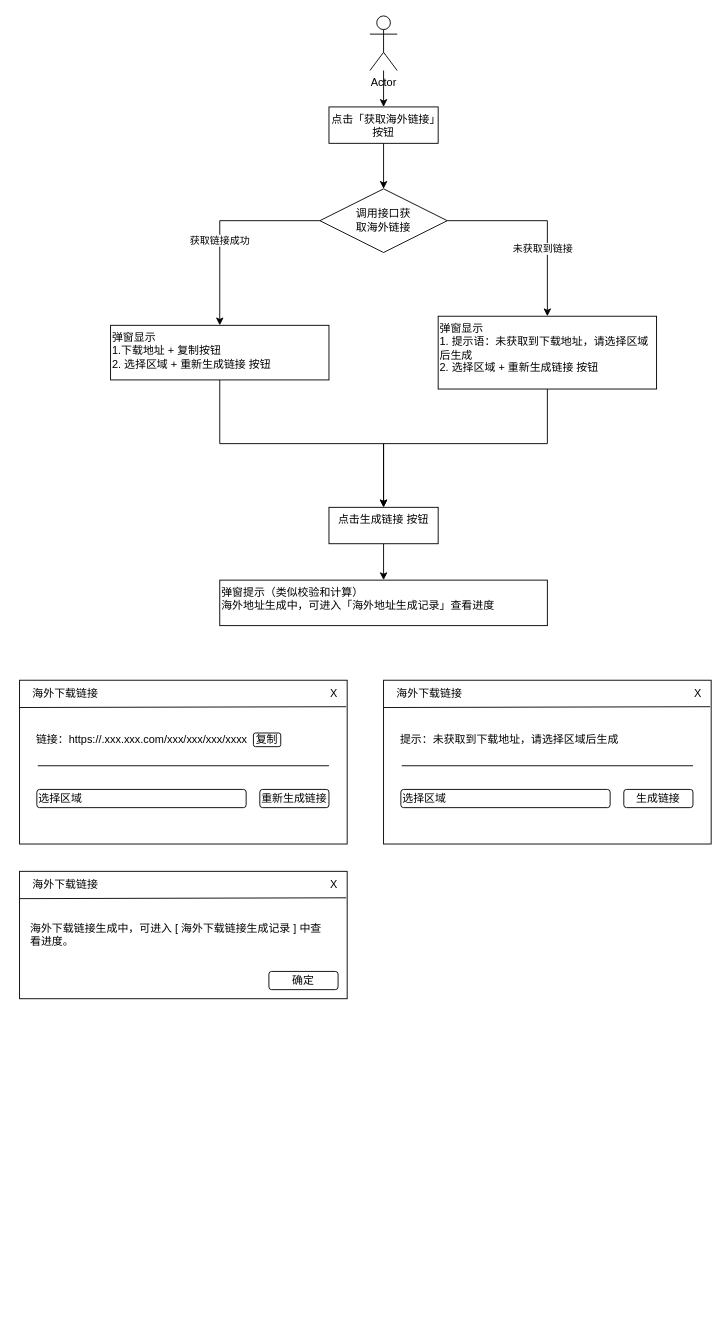
The draw.io diagram 未命名绘图.drawio in SikyChen/diagrams, before the edit. Source tidied: cells renumbered, new cells numbered last; positions are measured from the earlier drawing's top-left corner, leaving out a move shared by most shapes. Both pictures are drawn from the tidied source at 91%, with x=0, y=0 at pixel (19, 15).
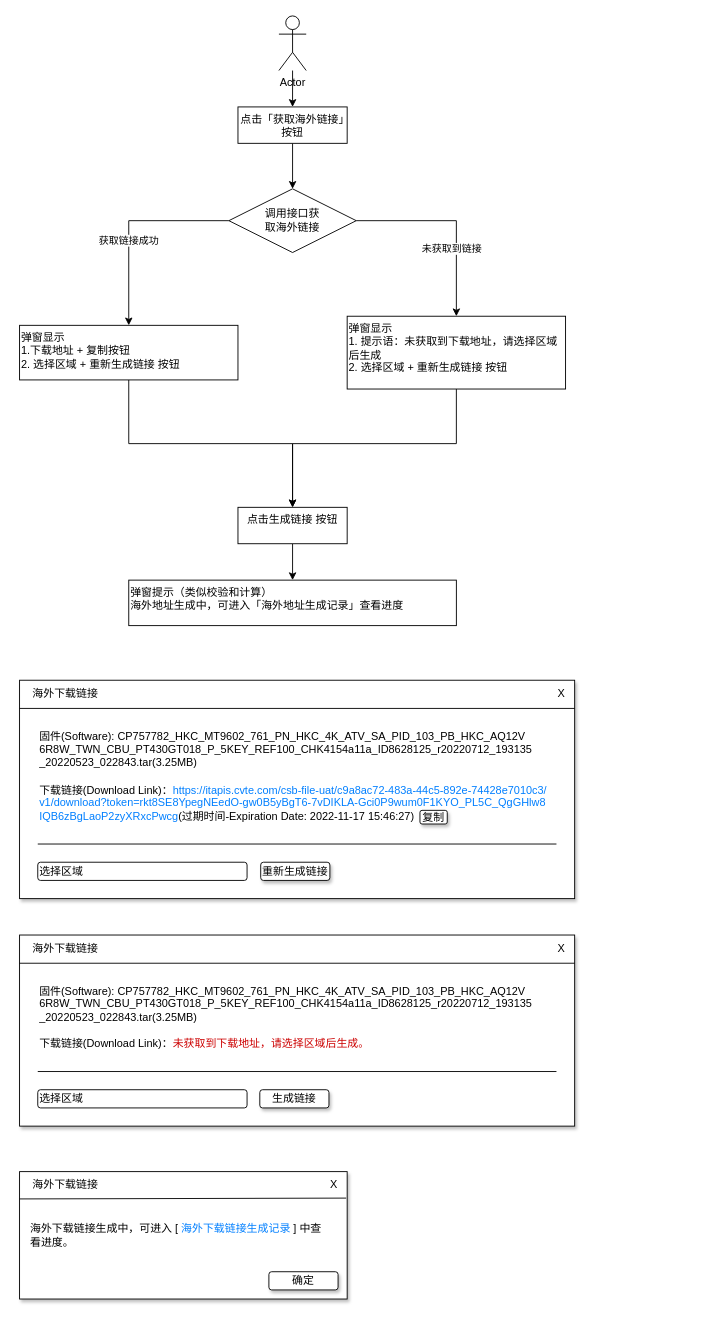
After the change.

Change to the diagram source:
```diff
@@
     <mxCell id="3" value="Actor" style="shape=umlActor;verticalLabelPosition=bottom;verticalAlign=top;html=1;outlineConnect=0;" parent="1" vertex="1">
-      <mxGeometry x="385" width="30" height="60" as="geometry" />
+      <mxGeometry x="285" width="30" height="60" as="geometry" />
     </mxCell>
@@
     <mxCell id="5" value="点击「获取海外链接」按钮" style="whiteSpace=wrap;html=1;verticalAlign=top;" parent="1" vertex="1">
-      <mxGeometry x="340" y="100" width="120" height="40" as="geometry" />
+      <mxGeometry x="240" y="100" width="120" height="40" as="geometry" />
     </mxCell>
@@
     <mxCell id="9" value="&lt;br&gt;调用接口获&lt;br&gt;取海外链接" style="rhombus;whiteSpace=wrap;html=1;verticalAlign=top;" parent="1" vertex="1">
-      <mxGeometry x="330" y="190" width="140" height="70" as="geometry" />
+      <mxGeometry x="230" y="190" width="140" height="70" as="geometry" />
     </mxCell>
     <mxCell id="10" style="edgeStyle=orthogonalEdgeStyle;rounded=0;jettySize=auto;html=1;exitX=0.5;exitY=1;exitDx=0;exitDy=0;entryX=0.5;entryY=0;entryDx=0;entryDy=0;" parent="1" edge="1" source="11" target="15">
       <mxGeometry relative="1" as="geometry">
         <Array as="points">
-          <mxPoint x="580" y="470" />
-          <mxPoint x="400" y="470" />
+          <mxPoint x="480" y="470" />
+          <mxPoint x="300" y="470" />
         </Array>
       </mxGeometry>
     </mxCell>
     <mxCell id="11" value="弹窗显示&lt;br&gt;1. 提示语：未获取到下载地址，请选择区域后生成&lt;br&gt;2. 选择区域 + 重新生成链接 按钮" style="whiteSpace=wrap;html=1;verticalAlign=top;align=left;" parent="1" vertex="1">
-      <mxGeometry x="460" y="330" width="240" height="80" as="geometry" />
+      <mxGeometry x="360" y="330" width="240" height="80" as="geometry" />
     </mxCell>
@@
     <mxCell id="13" value="弹窗显示 &lt;br&gt;1.下载地址 + 复制按钮&lt;br&gt;&lt;div style=&quot;&quot;&gt;&lt;span style=&quot;background-color: initial;&quot;&gt;2. 选择区域 + 重新生成链接 按钮&lt;/span&gt;&lt;/div&gt;" style="whiteSpace=wrap;html=1;verticalAlign=top;align=left;" parent="1" vertex="1">
-      <mxGeometry x="100" y="340" width="240" height="60" as="geometry" />
+      <mxGeometry y="340" width="240" height="60" as="geometry" />
     </mxCell>
@@
     <mxCell id="15" value="点击生成链接 按钮" style="whiteSpace=wrap;html=1;verticalAlign=top;" parent="1" vertex="1">
-      <mxGeometry x="340" y="540" width="120" height="40" as="geometry" />
+      <mxGeometry x="240" y="540" width="120" height="40" as="geometry" />
     </mxCell>
     <mxCell id="16" value="弹窗提示（类似校验和计算）&lt;br&gt;海外地址生成中，可进入「海外地址生成记录」查看进度" style="whiteSpace=wrap;html=1;verticalAlign=top;align=left;" parent="1" vertex="1">
-      <mxGeometry x="220" y="620" width="360" height="50" as="geometry" />
+      <mxGeometry x="120" y="620" width="360" height="50" as="geometry" />
     </mxCell>
-    <mxCell id="17" style="rounded=0;whiteSpace=wrap;html=1;" parent="1" vertex="1">
-      <mxGeometry y="730" width="360" height="180" as="geometry" />
+    <mxCell id="17" style="rounded=0;whiteSpace=wrap;html=1;shadow=1;" parent="1" vertex="1">
+      <mxGeometry y="730" width="610" height="240" as="geometry" />
     </mxCell>
@@
-    <mxCell id="19" style="endArrow=none;html=1;rounded=0;entryX=0.997;entryY=0.217;entryDx=0;entryDy=0;entryPerimeter=0;" parent="1" edge="1">
+    <mxCell id="19" style="endArrow=none;html=1;rounded=0;entryX=1;entryY=1.033;entryDx=0;entryDy=0;entryPerimeter=0;" parent="1" edge="1" target="23">
       <mxGeometry relative="1" as="geometry">
-        <mxPoint y="760" as="sourcePoint" />
-        <mxPoint x="358.9" y="759.1" as="targetPoint" />
+        <mxPoint y="761" as="sourcePoint" />
       </mxGeometry>
     </mxCell>
     <mxCell id="20" style="endArrow=none;html=1;rounded=0;" parent="1" edge="1">
       <mxGeometry relative="1" as="geometry">
-        <mxPoint x="20" y="824" as="sourcePoint" />
-        <mxPoint x="340" y="824" as="targetPoint" />
+        <mxPoint x="20" y="910" as="sourcePoint" />
+        <mxPoint x="590" y="910" as="targetPoint" />
       </mxGeometry>
     </mxCell>
-    <mxCell id="21" value="链接：https://.xxx.xxx.com/xxx/xxx/xxx/xxxx" style="text;html=1;align=center;verticalAlign=middle;strokeColor=none;fillColor=none;" parent="1" vertex="1">
-      <mxGeometry x="4" y="780" width="260" height="30" as="geometry" />
-    </mxCell>
-    <mxCell id="22" value="复制" style="rounded=1;whiteSpace=wrap;html=1;" parent="1" vertex="1">
-      <mxGeometry x="257" y="788" width="30" height="15" as="geometry" />
-    </mxCell>
     <mxCell id="23" value="X" style="text;html=1;align=center;verticalAlign=middle;points=[];strokeColor=none;fillColor=none;" parent="1" vertex="1">
-      <mxGeometry x="330" y="730" width="30" height="30" as="geometry" />
+      <mxGeometry x="580" y="730" width="30" height="30" as="geometry" />
     </mxCell>
     <mxCell id="24" value="选择区域" style="rounded=1;whiteSpace=wrap;html=1;align=left;" parent="1" vertex="1">
-      <mxGeometry x="19" y="850" width="230" height="20" as="geometry" />
+      <mxGeometry x="20" y="930" width="230" height="20" as="geometry" />
     </mxCell>
-    <mxCell id="25" value="重新生成链接" style="rounded=1;whiteSpace=wrap;html=1;" parent="1" vertex="1">
-      <mxGeometry x="264" y="850" width="76" height="20" as="geometry" />
+    <mxCell id="25" value="重新生成链接" style="rounded=1;whiteSpace=wrap;html=1;shadow=1;" parent="1" vertex="1">
+      <mxGeometry x="265" y="930" width="76" height="20" as="geometry" />
     </mxCell>
-    <mxCell id="26" style="rounded=0;whiteSpace=wrap;html=1;" parent="1" vertex="1">
-      <mxGeometry x="400" y="730" width="360" height="180" as="geometry" />
-    </mxCell>
-    <mxCell id="27" value="海外下载链接" style="text;html=1;align=center;verticalAlign=middle;strokeColor=none;fillColor=none;" parent="1" vertex="1">
-      <mxGeometry x="400" y="730" width="100" height="30" as="geometry" />
-    </mxCell>
-    <mxCell id="28" style="endArrow=none;html=1;rounded=0;entryX=0.997;entryY=0.217;entryDx=0;entryDy=0;entryPerimeter=0;" parent="1" edge="1">
-      <mxGeometry relative="1" as="geometry">
-        <mxPoint x="400" y="760" as="sourcePoint" />
-        <mxPoint x="758.9" y="759.1" as="targetPoint" />
-      </mxGeometry>
-    </mxCell>
-    <mxCell id="29" style="endArrow=none;html=1;rounded=0;" parent="1" edge="1">
-      <mxGeometry relative="1" as="geometry">
-        <mxPoint x="420" y="824" as="sourcePoint" />
-        <mxPoint x="740" y="824" as="targetPoint" />
-      </mxGeometry>
-    </mxCell>
-    <mxCell id="30" value="提示：未获取到下载地址，请选择区域后生成" style="text;html=1;align=center;verticalAlign=middle;strokeColor=none;fillColor=none;" parent="1" vertex="1">
-      <mxGeometry x="408" y="780" width="260" height="30" as="geometry" />
-    </mxCell>
-    <mxCell id="31" value="X" style="text;html=1;align=center;verticalAlign=middle;points=[];strokeColor=none;fillColor=none;" parent="1" vertex="1">
-      <mxGeometry x="730" y="730" width="30" height="30" as="geometry" />
-    </mxCell>
-    <mxCell id="32" value="选择区域" style="rounded=1;whiteSpace=wrap;html=1;align=left;" parent="1" vertex="1">
-      <mxGeometry x="419" y="850" width="230" height="20" as="geometry" />
-    </mxCell>
-    <mxCell id="33" value="生成链接" style="rounded=1;whiteSpace=wrap;html=1;" parent="1" vertex="1">
-      <mxGeometry x="664" y="850" width="76" height="20" as="geometry" />
-    </mxCell>
-    <mxCell id="34" style="rounded=0;whiteSpace=wrap;html=1;" parent="1" vertex="1">
-      <mxGeometry y="940" width="360" height="140" as="geometry" />
+    <mxCell id="34" style="rounded=0;whiteSpace=wrap;html=1;shadow=1;" parent="1" vertex="1">
+      <mxGeometry y="1270" width="360" height="140" as="geometry" />
     </mxCell>
     <mxCell id="35" value="海外下载链接" style="text;html=1;align=center;verticalAlign=middle;strokeColor=none;fillColor=none;" parent="1" vertex="1">
-      <mxGeometry y="940" width="100" height="30" as="geometry" />
+      <mxGeometry y="1270" width="100" height="30" as="geometry" />
     </mxCell>
     <mxCell id="36" style="endArrow=none;html=1;rounded=0;entryX=0.997;entryY=0.217;entryDx=0;entryDy=0;entryPerimeter=0;" parent="1" edge="1">
       <mxGeometry relative="1" as="geometry">
-        <mxPoint y="970" as="sourcePoint" />
-        <mxPoint x="358.9" y="969.1" as="targetPoint" />
+        <mxPoint y="1300" as="sourcePoint" />
+        <mxPoint x="358.9" y="1299.1" as="targetPoint" />
       </mxGeometry>
     </mxCell>
-    <mxCell id="37" value="海外下载链接生成中，可进入 [ 海外下载链接生成记录 ] 中查&lt;br&gt;看进度。" style="text;html=1;align=left;verticalAlign=middle;strokeColor=none;fillColor=none;" parent="1" vertex="1">
-      <mxGeometry x="10" y="990" width="340" height="40" as="geometry" />
+    <mxCell id="37" value="海外下载链接生成中，可进入 [ &lt;font color=&quot;#007fff&quot;&gt;海外下载链接生成记录 &lt;/font&gt;] 中查&lt;br&gt;看进度。" style="text;html=1;align=left;verticalAlign=middle;strokeColor=none;fillColor=none;" parent="1" vertex="1">
+      <mxGeometry x="10" y="1320" width="340" height="40" as="geometry" />
     </mxCell>
     <mxCell id="38" value="X" style="text;html=1;align=center;verticalAlign=middle;strokeColor=none;fillColor=none;" parent="1" vertex="1">
-      <mxGeometry x="330" y="940" width="30" height="30" as="geometry" />
+      <mxGeometry x="330" y="1270" width="30" height="30" as="geometry" />
     </mxCell>
-    <mxCell id="39" value="确定" style="rounded=1;whiteSpace=wrap;html=1;" parent="1" vertex="1">
-      <mxGeometry x="274" y="1050" width="76" height="20" as="geometry" />
+    <mxCell id="39" value="确定" style="rounded=1;whiteSpace=wrap;html=1;shadow=1;" parent="1" vertex="1">
+      <mxGeometry x="274" y="1380" width="76" height="20" as="geometry" />
     </mxCell>
+    <mxCell id="40" value="&lt;div style=&quot;text-align: left;&quot;&gt;&lt;br&gt;&lt;/div&gt;" style="text;html=1;align=center;verticalAlign=middle;strokeColor=none;fillColor=none;fontColor=#000000;labelBackgroundColor=none;" parent="1" vertex="1">
+      <mxGeometry x="170" y="800" width="20" height="30" as="geometry" />
+    </mxCell>
+    <mxCell id="41" value="固件(Software): CP757782_HKC_MT9602_761_PN_HKC_4K_ATV_SA_PID_103_PB_HKC_AQ12V&lt;br&gt;6R8W_TWN_CBU_PT430GT018_P_5KEY_REF100_CHK4154a11a_ID8628125_r20220712_193135&lt;br&gt;_20220523_022843.tar(3.25MB)" style="rounded=0;labelBackgroundColor=none;fontColor=#000000;align=left;whiteSpace=wrap;html=1;labelBorderColor=none;strokeColor=none;" parent="1" vertex="1">
+      <mxGeometry x="20" y="776" width="570" height="60" as="geometry" />
+    </mxCell>
+    <mxCell id="42" value="&lt;div&gt;下载链接(Download Link)：&lt;font color=&quot;#007fff&quot;&gt;&lt;span style=&quot;background-color: initial;&quot;&gt;https://itapis.cvte.com/csb-file-uat/c9a8ac72-483a-44c5-892e-7&lt;/span&gt;&lt;span style=&quot;background-color: initial;&quot;&gt;4428e7010c3/&lt;/span&gt;&lt;/font&gt;&lt;/div&gt;&lt;div&gt;&lt;font color=&quot;#007fff&quot;&gt;v1/download?token=rkt8SE8YpegNEedO-gw0B5yBgT6-7vDIKLA-Gci0P9wum0F1KYO_PL5C_QgGHlw8&lt;/font&gt;&lt;/div&gt;&lt;div&gt;&lt;font color=&quot;#007fff&quot;&gt;IQB6zBgLaoP2zyXRxcPwcg&lt;/font&gt;(过期时间-Expiration Date: 2022-11-17 15:46:27)&lt;/div&gt;" style="rounded=0;labelBackgroundColor=none;fontColor=#000000;align=left;whiteSpace=wrap;html=1;labelBorderColor=none;strokeColor=none;" parent="1" vertex="1">
+      <mxGeometry x="20" y="830" width="570" height="70" as="geometry" />
+    </mxCell>
+    <mxCell id="22" value="复制" style="rounded=1;whiteSpace=wrap;html=1;shadow=1;" parent="1" vertex="1">
+      <mxGeometry x="440" y="873" width="30" height="15" as="geometry" />
+    </mxCell>
+    <mxCell id="43" style="rounded=0;whiteSpace=wrap;html=1;shadow=1;" parent="1" vertex="1">
+      <mxGeometry y="1010" width="610" height="210" as="geometry" />
+    </mxCell>
+    <mxCell id="27" value="海外下载链接" style="text;html=1;align=center;verticalAlign=middle;strokeColor=none;fillColor=none;" parent="1" vertex="1">
+      <mxGeometry y="1010" width="100" height="30" as="geometry" />
+    </mxCell>
+    <mxCell id="44" style="endArrow=none;html=1;rounded=0;entryX=1;entryY=1.033;entryDx=0;entryDy=0;entryPerimeter=0;" parent="1" edge="1" target="31">
+      <mxGeometry relative="1" as="geometry">
+        <mxPoint y="1041" as="sourcePoint" />
+      </mxGeometry>
+    </mxCell>
+    <mxCell id="45" style="endArrow=none;html=1;rounded=0;" parent="1" edge="1">
+      <mxGeometry relative="1" as="geometry">
+        <mxPoint x="20" y="1160" as="sourcePoint" />
+        <mxPoint x="590" y="1160" as="targetPoint" />
+      </mxGeometry>
+    </mxCell>
+    <mxCell id="31" value="X" style="text;html=1;align=center;verticalAlign=middle;points=[];strokeColor=none;fillColor=none;" parent="1" vertex="1">
+      <mxGeometry x="580" y="1010" width="30" height="30" as="geometry" />
+    </mxCell>
+    <mxCell id="32" value="选择区域" style="rounded=1;whiteSpace=wrap;html=1;align=left;" parent="1" vertex="1">
+      <mxGeometry x="20" y="1180" width="230" height="20" as="geometry" />
+    </mxCell>
+    <mxCell id="33" value="生成链接" style="rounded=1;whiteSpace=wrap;html=1;shadow=1;" parent="1" vertex="1">
+      <mxGeometry x="264" y="1180" width="76" height="20" as="geometry" />
+    </mxCell>
+    <mxCell id="46" value="&lt;div style=&quot;text-align: left;&quot;&gt;&lt;br&gt;&lt;/div&gt;" style="text;html=1;align=center;verticalAlign=middle;strokeColor=none;fillColor=none;fontColor=#000000;labelBackgroundColor=none;" parent="1" vertex="1">
+      <mxGeometry x="170" y="1080" width="20" height="30" as="geometry" />
+    </mxCell>
+    <mxCell id="47" value="固件(Software): CP757782_HKC_MT9602_761_PN_HKC_4K_ATV_SA_PID_103_PB_HKC_AQ12V&lt;br&gt;6R8W_TWN_CBU_PT430GT018_P_5KEY_REF100_CHK4154a11a_ID8628125_r20220712_193135&lt;br&gt;_20220523_022843.tar(3.25MB)" style="rounded=0;labelBackgroundColor=none;fontColor=#000000;align=left;whiteSpace=wrap;html=1;labelBorderColor=none;strokeColor=none;" parent="1" vertex="1">
+      <mxGeometry x="20" y="1056" width="570" height="60" as="geometry" />
+    </mxCell>
+    <mxCell id="48" value="下载链接(Download Link)：&lt;span style=&quot;text-align: center;&quot;&gt;&lt;font color=&quot;#cc0000&quot;&gt;未获取到下载地址，请选择区域后生成。&lt;/font&gt;&lt;/span&gt;" style="rounded=0;labelBackgroundColor=none;fontColor=#000000;align=left;whiteSpace=wrap;html=1;labelBorderColor=none;strokeColor=none;" parent="1" vertex="1">
+      <mxGeometry x="20" y="1110" width="570" height="40" as="geometry" />
+    </mxCell>
```
